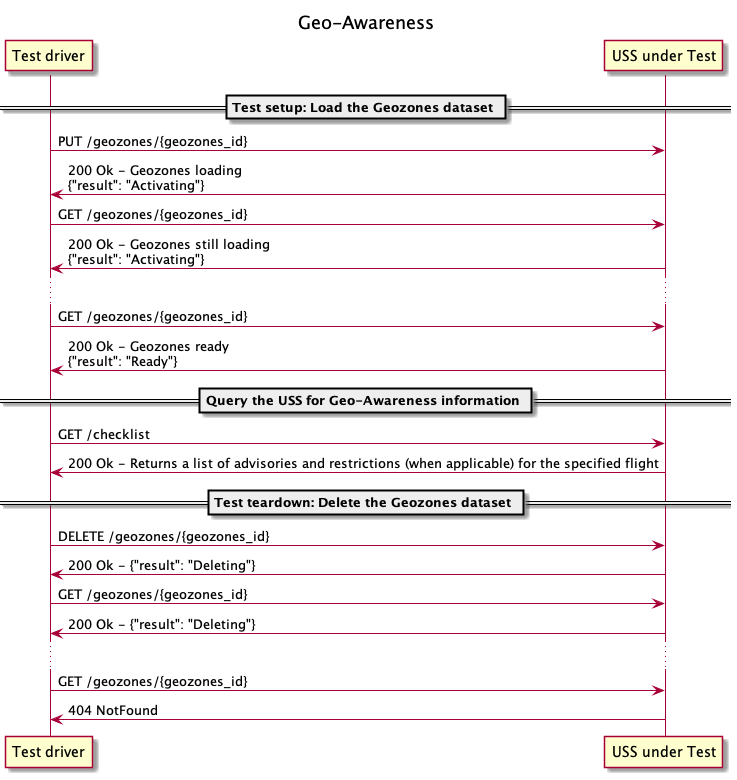
Above: interfaces/automated-testing/geo-awareness/design/sequence.png in interuss/dss (PlantUML), before the change.
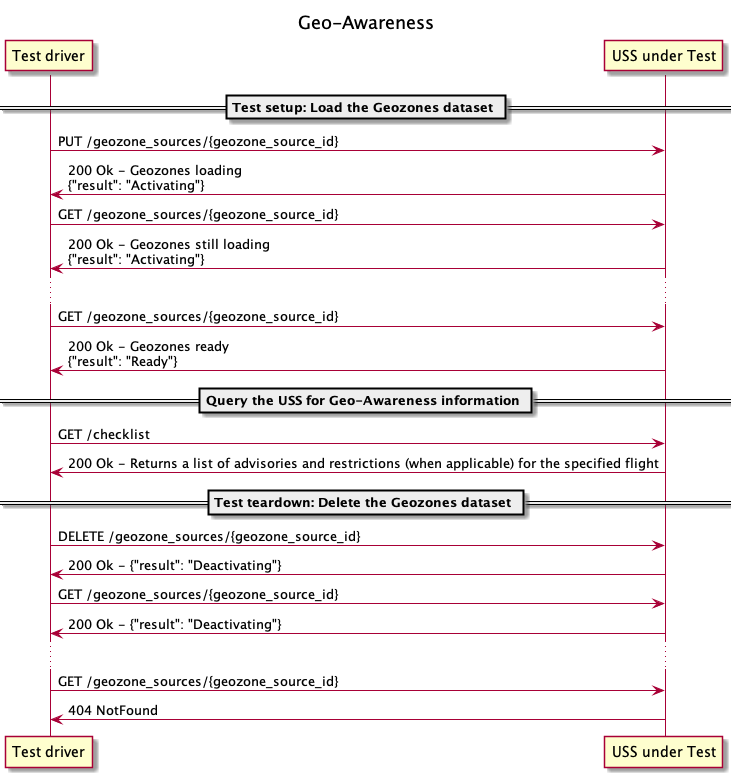
Later version of the same file.

Change to the diagram source:
```diff
@@ -5,15 +5,15 @@
 participant U as "USS under Test"
 
 == Test setup: Load the Geozones dataset ==
-TD -> U: PUT /geozones/{geozones_id}
+TD -> U: PUT /geozone_sources/{geozone_source_id}
 TD <- U: 200 Ok - Geozones loading\n{"result": "Activating"}
 
-TD -> U: GET /geozones/{geozones_id}
+TD -> U: GET /geozone_sources/{geozone_source_id}
 TD <- U: 200 Ok - Geozones still loading\n{"result": "Activating"}
 
 ...
 
-TD -> U: GET /geozones/{geozones_id}
+TD -> U: GET /geozone_sources/{geozone_source_id}
 TD <- U: 200 Ok - Geozones ready\n{"result": "Ready"}
 
 == Query the USS for Geo-Awareness information ==
@@ -23,15 +23,15 @@
 
 == Test teardown: Delete the Geozones dataset ==
 
-TD -> U: DELETE /geozones/{geozones_id}
-TD <- U: 200 Ok - {"result": "Deleting"}
+TD -> U: DELETE /geozone_sources/{geozone_source_id}
+TD <- U: 200 Ok - {"result": "Deactivating"}
 
-TD -> U: GET /geozones/{geozones_id}
-TD <- U: 200 Ok - {"result": "Deleting"}
+TD -> U: GET /geozone_sources/{geozone_source_id}
+TD <- U: 200 Ok - {"result": "Deactivating"}
 
 ...
 
-TD -> U: GET /geozones/{geozones_id}
+TD -> U: GET /geozone_sources/{geozone_source_id}
 TD <- U: 404 NotFound
 
 @enduml
```
